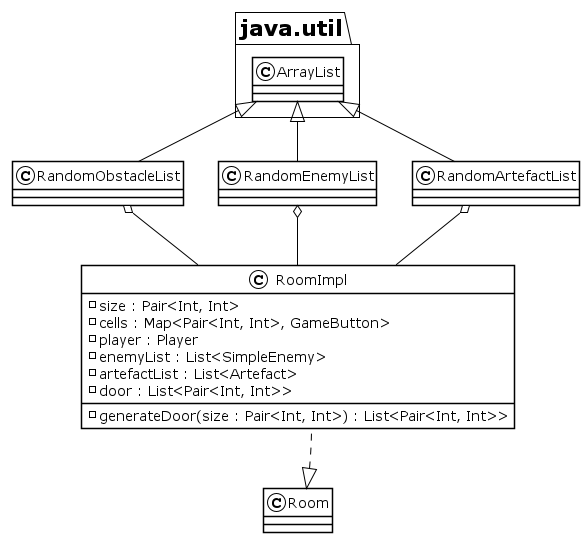
Before: img/uml/Room2.png, a diagram exported from PlantUML (CrazyPingu/OOP21-MAP). Its diagram source:
```plantuml
@startuml Room2
!theme plain

class java.util.ArrayList


class RandomEnemyList extends java.util.ArrayList

class RandomArtefactList extends java.util.ArrayList

class RandomObstacleList extends java.util.ArrayList

class RoomImpl {
    - size : Pair<Int, Int>
    - cells : Map<Pair<Int, Int>, GameButton>
    - player : Player
    - enemyList : List<SimpleEnemy>
    - artefactList : List<Artefact>
    - door : List<Pair<Int, Int>>
    - generateDoor(size : Pair<Int, Int>) : List<Pair<Int, Int>>
}

RoomImpl -u-o RandomArtefactList
RoomImpl -u-o RandomEnemyList
RoomImpl -u-o RandomObstacleList

RoomImpl -d[hidden]-> Room
class RoomImpl implements Room
@enduml
```
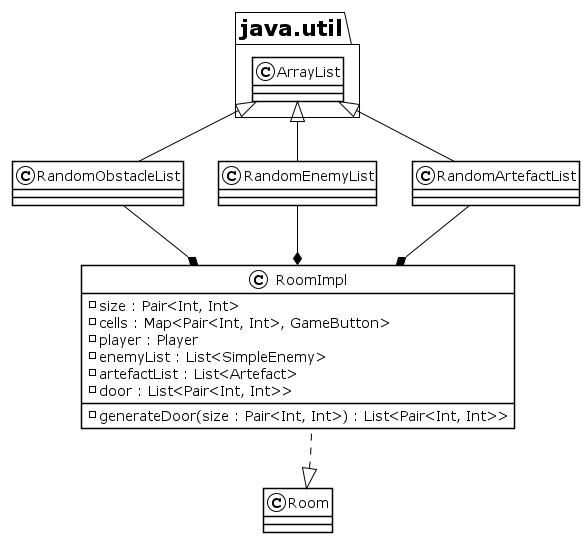
Above is the later version.

Change to the diagram source:
```diff
@@ -20,9 +20,9 @@
     - generateDoor(size : Pair<Int, Int>) : List<Pair<Int, Int>>
 }
 
-RoomImpl -u-o RandomArtefactList
-RoomImpl -u-o RandomEnemyList
-RoomImpl -u-o RandomObstacleList
+RoomImpl *-u- RandomArtefactList
+RoomImpl *-u- RandomEnemyList
+RoomImpl *-u- RandomObstacleList
 
 RoomImpl -d[hidden]-> Room
 class RoomImpl implements Room
```
